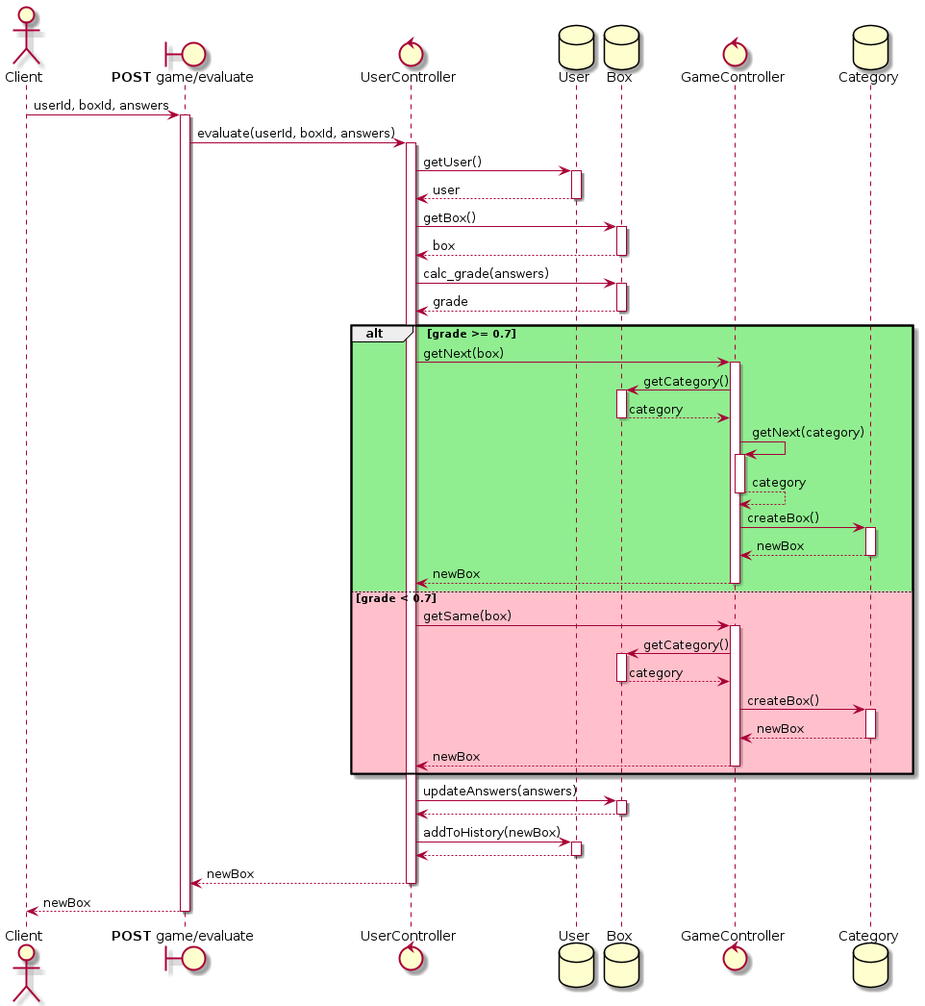
Before: exported/sequence/evaluation/evaluation.png, a diagram exported from PlantUML (CITEI/Comunika). The source it was exported from:
```plantuml
@startuml
autoactivate on

actor Client
boundary "**POST** game/evaluate"
control UserController
database User
database Box
control GameController
database Category

Client -> "**POST** game/evaluate": userId, boxId, answers

    "**POST** game/evaluate" -> UserController: evaluate(userId, boxId, answers)

        UserController -> User: getUser()
        return user

        UserController -> Box: getBox()
        return box

        UserController -> Box: calc_grade(answers)
        return grade

        alt #lightgreen grade >= 0.7

            UserController -> GameController: getNext(box)

                GameController -> Box: getCategory()
                return category

                GameController -> GameController: getNext(category)
                return category

                GameController -> Category: createBox()
                return newBox

            return newBox

        else #pink grade < 0.7

            UserController -> GameController: getSame(box)

                GameController -> Box: getCategory()
                return category

                GameController -> Category: createBox()
                return newBox

            return newBox

        end

        UserController -> Box: updateAnswers(answers)
        return

        UserController -> User: addToHistory(newBox)
        return

    return newBox

return newBox

@enduml
```
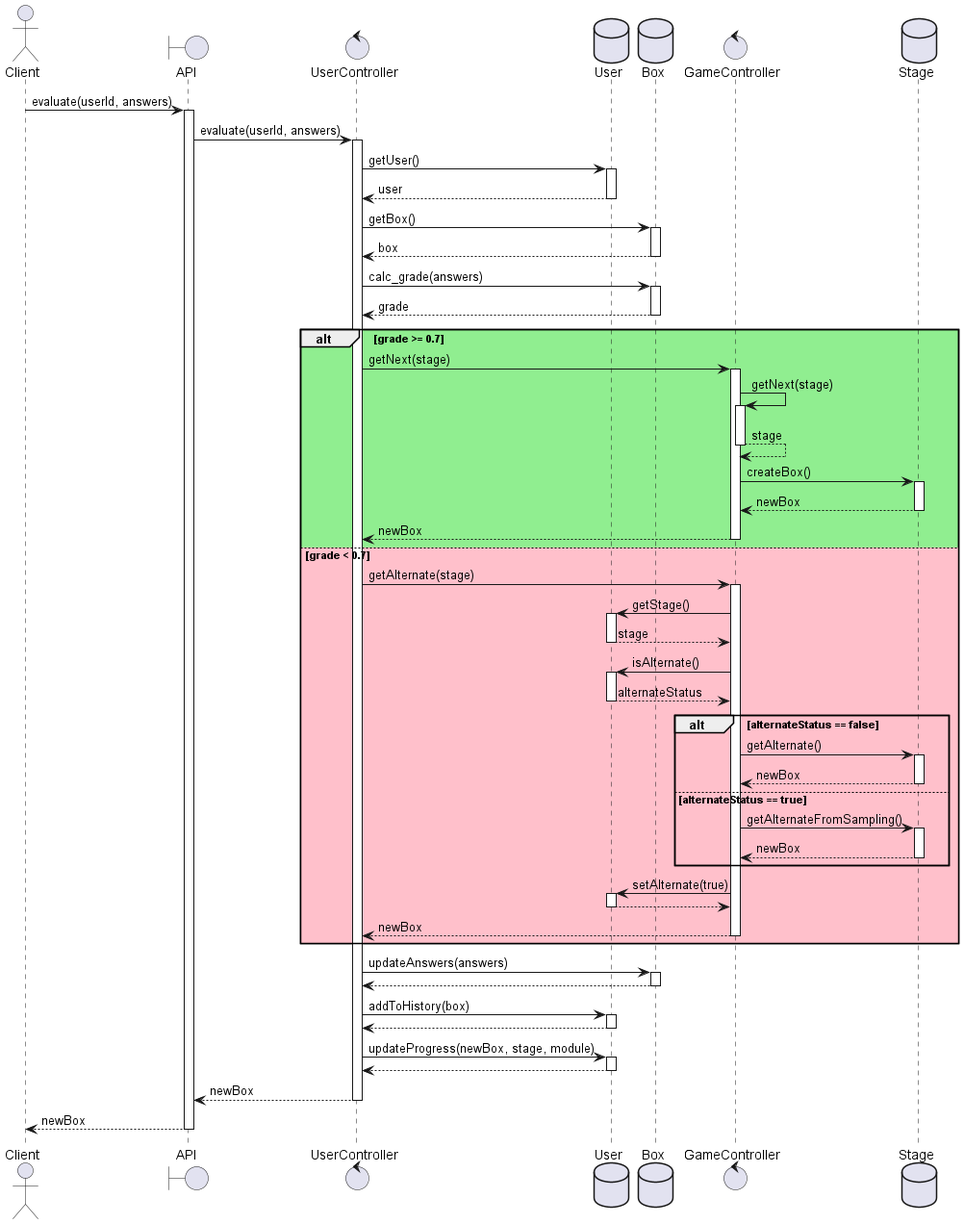
After the change.

Commit message:
updated evaluation diagram

Diff of the diagram source:
```diff
@@ -2,16 +2,16 @@
 autoactivate on
 
 actor Client
-boundary "**POST** game/evaluate"
+boundary API
 control UserController
 database User
 database Box
 control GameController
-database Category
+database Stage
 
-Client -> "**POST** game/evaluate": userId, boxId, answers
+Client -> API: evaluate(userId, answers)
 
-    "**POST** game/evaluate" -> UserController: evaluate(userId, boxId, answers)
+    API -> UserController: evaluate(userId, answers)
 
         UserController -> User: getUser()
         return user
@@ -24,28 +24,40 @@
 
         alt #lightgreen grade >= 0.7
 
-            UserController -> GameController: getNext(box)
+            UserController -> GameController: getNext(stage)
 
-                GameController -> Box: getCategory()
-                return category
+                GameController -> GameController: getNext(stage)
+                return stage
 
-                GameController -> GameController: getNext(category)
-                return category
-
-                GameController -> Category: createBox()
+                GameController -> Stage: createBox()
                 return newBox
 
             return newBox
 
         else #pink grade < 0.7
 
-            UserController -> GameController: getSame(box)
+            UserController -> GameController: getAlternate(stage)
 
-                GameController -> Box: getCategory()
-                return category
+                GameController -> User: getStage()
+                return stage
 
-                GameController -> Category: createBox()
-                return newBox
+                GameController -> User: isAlternate()
+                return alternateStatus
+
+                alt alternateStatus == false
+
+                    GameController -> Stage : getAlternate()
+                    return newBox
+
+                else alternateStatus == true
+
+                    GameController -> Stage : getAlternateFromSampling()
+                    return newBox
+
+                end
+
+                GameController -> User: setAlternate(true)
+                return
 
             return newBox
 
@@ -54,7 +66,10 @@
         UserController -> Box: updateAnswers(answers)
         return
 
-        UserController -> User: addToHistory(newBox)
+        UserController -> User: addToHistory(box)
+        return
+
+        UserController -> User: updateProgress(newBox, stage, module)
         return
 
     return newBox
```
